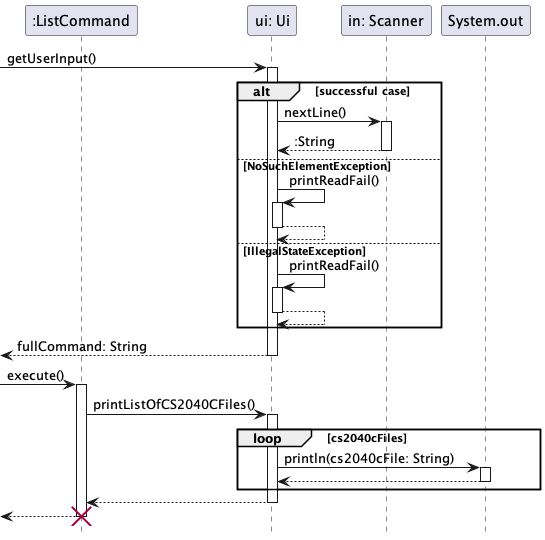
Earlier version of the PlantUML export docs/sequence-diagrams/diagrams/Ui.png (ong-ck/tp).
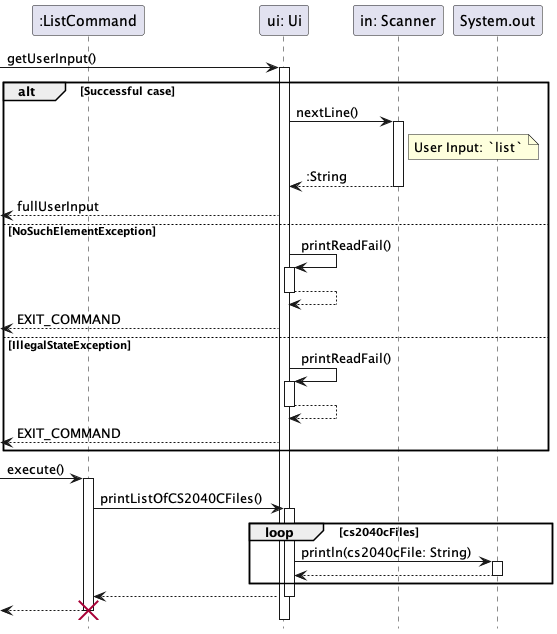
Later version of the same file.

Commit message:
Refactor Ui diagram to fit DG example

Diff of the diagram source:
```diff
@@ -8,20 +8,23 @@
 
 -> Ui: getUserInput()
 activate Ui
-alt successful case
+alt Successful case
     Ui -> Scanner: nextLine()
     activate Scanner
+    note right of Scanner : User Input: `list`
     return :String
+    <-- Ui : fullUserInput
 else NoSuchElementException
     Ui -> Ui : printReadFail()
     activate Ui
     return
+    <-- Ui : EXIT_COMMAND
 else IllegalStateException
     Ui -> Ui : printReadFail()
     activate Ui
     return
+    <-- Ui : EXIT_COMMAND
 end
-return fullCommand: String
 
 -> ListCommand: execute()
 activate ListCommand
```
